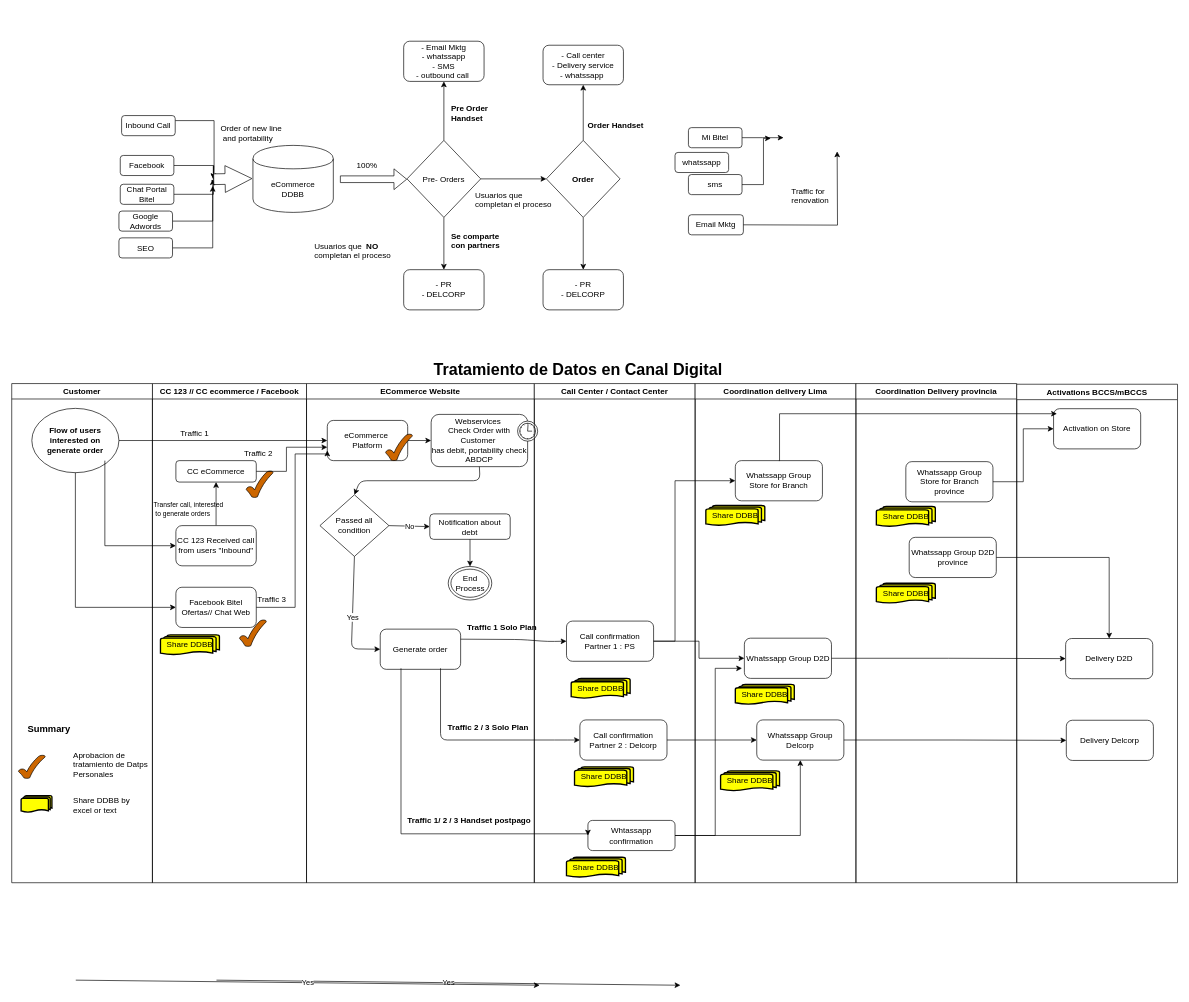
czevallos99/Ecommerce keeps this draw.io diagram as Management of Personal Data.drawio. Above is the earlier version. Source tidied: cells renumbered, new cells numbered last; positions are measured from the earlier drawing's top-left corner, leaving out a move shared by most shapes. Both pictures are drawn from the tidied source at 67%, with x=0, y=0 at pixel (11, 41).
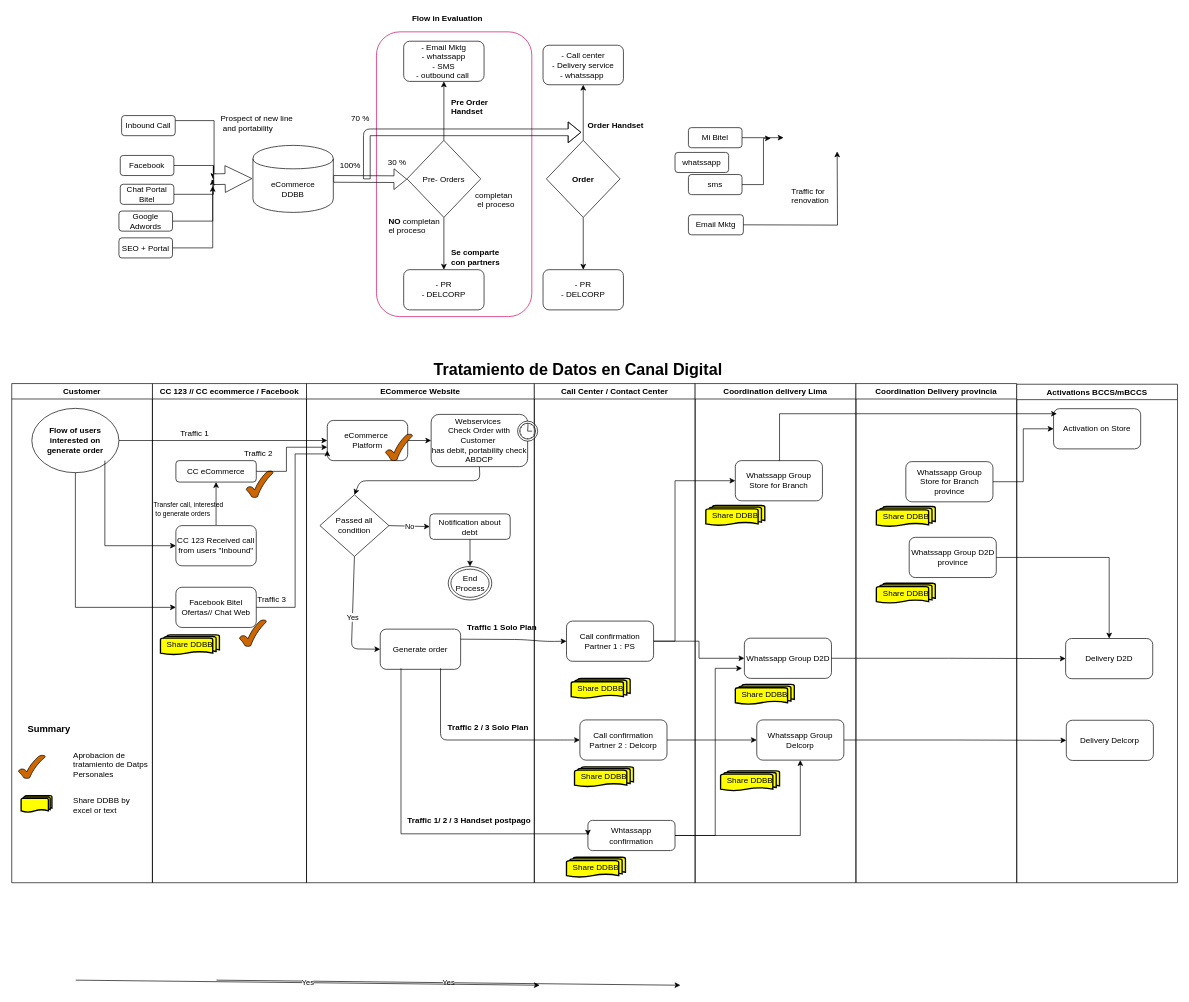
Above is the later version.

The change refers to these unchanged cells:
```xml
<mxCell id="21" value="Pre- Orders" style="rhombus;whiteSpace=wrap;html=1;" parent="1" vertex="1">
  <mxGeometry x="590" y="148" width="110" height="115" as="geometry" />
</mxCell>
<mxCell id="24" value="&lt;b&gt;Order&lt;/b&gt;" style="rhombus;whiteSpace=wrap;html=1;" parent="1" vertex="1">
  <mxGeometry x="798" y="148" width="110" height="115" as="geometry" />
</mxCell>
<mxCell id="113" value="&lt;div&gt;eCommerce &lt;br&gt;&lt;/div&gt;&lt;div&gt;DDBB&lt;/div&gt;" style="shape=cylinder;whiteSpace=wrap;html=1;boundedLbl=1;backgroundOutline=1;" parent="1" vertex="1">
  <mxGeometry x="360" y="155.5" width="120" height="100" as="geometry" />
</mxCell>
```

The edit, as a diff of the source:
```diff
@@
+    <mxCell id="121" style="rounded=1;whiteSpace=wrap;html=1;rotation=90;strokeColor=#CC0066;" parent="1" vertex="1">
+      <mxGeometry x="447.8" y="82.6" width="425" height="231.9" as="geometry" />
+    </mxCell>
@@
-    <mxCell id="13" value="Order of new line&lt;br&gt;&amp;nbsp;and portability" style="text;html=1;align=left;verticalAlign=top;spacingTop=-4;" parent="1" vertex="1">
-      <mxGeometry x="310" y="121" width="110" height="30" as="geometry" />
+    <mxCell id="13" value="Prospect of new line&lt;br&gt;&amp;nbsp;and portability" style="text;html=1;align=left;verticalAlign=top;spacingTop=-4;" parent="1" vertex="1">
+      <mxGeometry x="310" y="106" width="130" height="30" as="geometry" />
     </mxCell>
@@
-    <mxCell id="17" style="shape=flexArrow;endArrow=classic;html=1;" parent="1" edge="1">
+    <mxCell id="17" style="shape=flexArrow;endArrow=classic;html=1;exitX=1;exitY=0.5;exitDx=0;exitDy=0;" parent="1" edge="1" source="113">
       <mxGeometry relative="1" as="geometry">
-        <mxPoint x="490" y="206" as="sourcePoint" />
         <mxPoint x="590" y="206" as="targetPoint" />
       </mxGeometry>
     </mxCell>
-    <mxCell id="18" style="edgeStyle=orthogonalEdgeStyle;rounded=0;jettySize=auto;html=1;entryX=0;entryY=0.5;entryDx=0;entryDy=0;" parent="1" edge="1" source="21" target="24">
-      <mxGeometry relative="1" as="geometry" />
-    </mxCell>
@@
-    <mxCell id="25" value="Usuarios que&amp;nbsp; &lt;br&gt;completan&amp;nbsp;el proceso&lt;br&gt;" style="text;html=1;align=left;verticalAlign=top;spacingTop=-4;" parent="1" vertex="1">
-      <mxGeometry x="690" y="220" width="130" height="30" as="geometry" />
+    <mxCell id="25" value="&lt;div&gt;completan&lt;/div&gt;&lt;div&gt;&amp;nbsp;el proceso&lt;/div&gt;" style="text;html=1;align=left;verticalAlign=top;spacingTop=-4;" parent="1" vertex="1">
+      <mxGeometry x="690" y="220" width="80" height="30" as="geometry" />
     </mxCell>
-    <mxCell id="26" value="Usuarios que&amp;nbsp; &lt;b&gt;NO&lt;/b&gt;&lt;br&gt;completan&amp;nbsp;el proceso&lt;br&gt;" style="text;html=1;align=left;verticalAlign=top;spacingTop=-4;" parent="1" vertex="1">
-      <mxGeometry x="450" y="296" width="130" height="30" as="geometry" />
+    <mxCell id="26" value="&lt;div&gt;&amp;nbsp;&amp;nbsp;&amp;nbsp;&amp;nbsp;&amp;nbsp;&amp;nbsp;&amp;nbsp;&amp;nbsp;&amp;nbsp;&amp;nbsp; &lt;b&gt;NO &lt;/b&gt;completan&lt;/div&gt;&lt;div&gt;&amp;nbsp;&amp;nbsp;&amp;nbsp;&amp;nbsp;&amp;nbsp;&amp;nbsp;&amp;nbsp;&amp;nbsp;&amp;nbsp;&amp;nbsp; el proceso&lt;/div&gt;" style="text;html=1;align=left;verticalAlign=top;spacingTop=-4;" parent="1" vertex="1">
+      <mxGeometry x="524" y="259" width="130" height="30" as="geometry" />
     </mxCell>
@@
     <mxCell id="28" value="&lt;b&gt;Pre Order&lt;br&gt;Handset&lt;/b&gt;&lt;br&gt;" style="text;html=1;align=left;verticalAlign=top;spacingTop=-4;" parent="1" vertex="1">
-      <mxGeometry x="654" y="91" width="70" height="30" as="geometry" />
+      <mxGeometry x="654" y="81" width="70" height="30" as="geometry" />
     </mxCell>
     <mxCell id="29" value="&lt;b&gt;Se comparte&lt;br&gt;con partners&lt;/b&gt;&lt;br&gt;" style="text;html=1;align=left;verticalAlign=top;spacingTop=-4;" parent="1" vertex="1">
-      <mxGeometry x="654" y="280.5" width="90" height="30" as="geometry" />
+      <mxGeometry x="654" y="306" width="90" height="30" as="geometry" />
     </mxCell>
@@
-    <mxCell id="117" value="SEO" style="rounded=1;whiteSpace=wrap;html=1;" parent="1" vertex="1">
+    <mxCell id="117" value="SEO + Portal" style="rounded=1;whiteSpace=wrap;html=1;" parent="1" vertex="1">
       <mxGeometry x="160" y="293.5" width="80" height="30" as="geometry" />
     </mxCell>
@@
     <mxCell id="119" value="100%" style="text;html=1;align=center;verticalAlign=middle;" parent="1" vertex="1">
-      <mxGeometry x="505" y="175.5" width="50" height="20" as="geometry" />
+      <mxGeometry x="480" y="176" width="50" height="20" as="geometry" />
     </mxCell>
@@
+    <mxCell id="122" value="&lt;b&gt;Flow in Evaluation&lt;/b&gt;" style="text;html=1;align=center;verticalAlign=middle;" parent="1" vertex="1">
+      <mxGeometry x="590" y="-44" width="120" height="20" as="geometry" />
+    </mxCell>
+    <mxCell id="123" style="shape=flexArrow;endArrow=classic;html=1;" parent="1" edge="1">
+      <mxGeometry relative="1" as="geometry">
+        <mxPoint x="530" y="206" as="sourcePoint" />
+        <mxPoint x="850" y="136" as="targetPoint" />
+        <Array as="points">
+          <mxPoint x="530" y="136" />
+        </Array>
+      </mxGeometry>
+    </mxCell>
+    <mxCell id="124" value="30 %" style="text;html=1;align=center;verticalAlign=middle;" parent="1" vertex="1">
+      <mxGeometry x="555" y="171" width="40" height="20" as="geometry" />
+    </mxCell>
+    <mxCell id="125" value="70 %" style="text;html=1;align=center;verticalAlign=middle;" parent="1" vertex="1">
+      <mxGeometry x="500" y="106" width="40" height="20" as="geometry" />
+    </mxCell>
```
